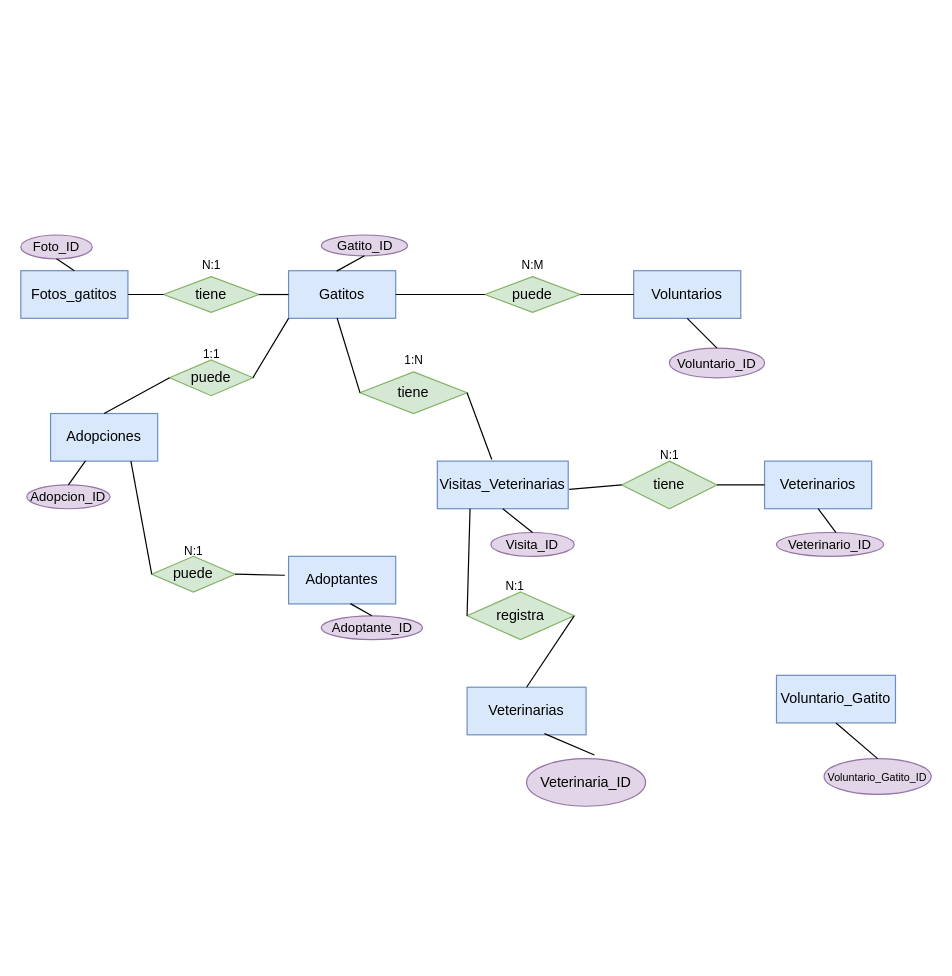
Earlier version of the draw.io diagram Modelo_concep.drawio (LorenaEsther/adopcion_gatitos). Source tidied: cells renumbered, new cells numbered last; positions are measured from the earlier drawing's top-left corner, leaving out a move shared by most shapes. Both pictures are drawn from the tidied source at 119%, with x=0, y=0 at pixel (20, 234).
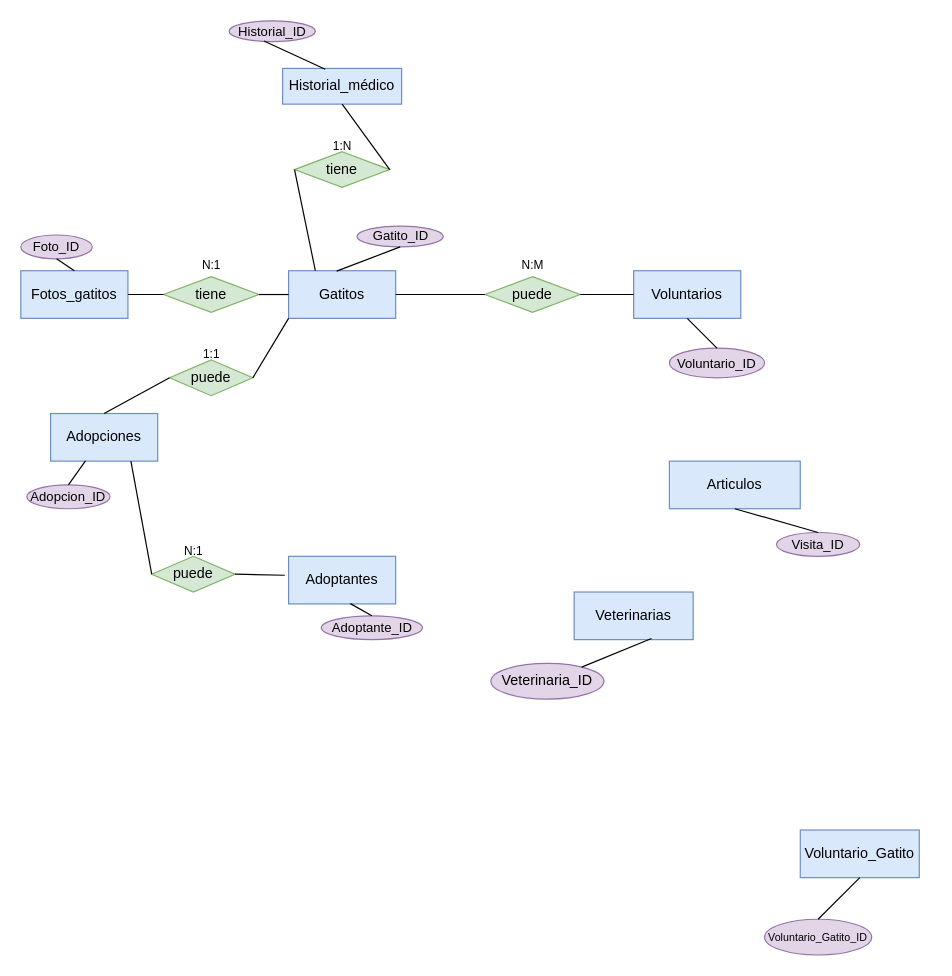
The same page after the edit.

The change refers to these unchanged cells:
```xml
<mxCell id="2" value="Gatitos" style="rounded=0;whiteSpace=wrap;html=1;fillColor=#dae8fc;strokeColor=#6c8ebf;" parent="1" vertex="1">
  <mxGeometry x="225" y="30" width="90" height="40" as="geometry" />
</mxCell>
```

What changed in the source:
```diff
@@
     <mxCell id="7" value="Voluntario_Gatito" style="rounded=0;whiteSpace=wrap;html=1;fillColor=#dae8fc;strokeColor=#6c8ebf;" parent="1" vertex="1">
-      <mxGeometry x="635" y="370" width="100" height="40" as="geometry" />
+      <mxGeometry x="655" y="500" width="100" height="40" as="geometry" />
     </mxCell>
-    <mxCell id="8" value="Veterinarios" style="rounded=0;whiteSpace=wrap;html=1;fillColor=#dae8fc;strokeColor=#6c8ebf;" parent="1" vertex="1">
-      <mxGeometry x="625" y="190" width="90" height="40" as="geometry" />
-    </mxCell>
-    <mxCell id="9" value="Visitas_Veterinarias" style="rounded=0;whiteSpace=wrap;html=1;fillColor=#dae8fc;strokeColor=#6c8ebf;" parent="1" vertex="1">
-      <mxGeometry x="350" y="190" width="110" height="40" as="geometry" />
+    <mxCell id="9" value="Articulos" style="rounded=0;whiteSpace=wrap;html=1;fillColor=#dae8fc;strokeColor=#6c8ebf;" parent="1" vertex="1">
+      <mxGeometry x="545" y="190" width="110" height="40" as="geometry" />
     </mxCell>
@@
     <mxCell id="15" value="&lt;font style=&quot;font-size: 11px;&quot;&gt;Gatito_ID&lt;/font&gt;" style="ellipse;whiteSpace=wrap;html=1;align=center;fillColor=#e1d5e7;strokeColor=#9673a6;" parent="1" vertex="1">
-      <mxGeometry x="252.5" width="72.5" height="17.5" as="geometry" />
+      <mxGeometry x="282.5" y="-7.5" width="72.5" height="17.5" as="geometry" />
     </mxCell>
@@
     <mxCell id="19" value="&lt;font style=&quot;font-size: 9px;&quot;&gt;Voluntario_Gatito_ID&lt;/font&gt;" style="ellipse;whiteSpace=wrap;html=1;align=center;fillColor=#e1d5e7;strokeColor=#9673a6;" parent="1" vertex="1">
-      <mxGeometry x="675" y="440" width="90" height="30" as="geometry" />
+      <mxGeometry x="625" y="575" width="90" height="30" as="geometry" />
     </mxCell>
@@
-    <mxCell id="28" value="tiene" style="shape=rhombus;perimeter=rhombusPerimeter;whiteSpace=wrap;html=1;align=center;fillColor=#d5e8d4;strokeColor=#82b366;" parent="1" vertex="1">
-      <mxGeometry x="285" y="115" width="90" height="35" as="geometry" />
-    </mxCell>
-    <mxCell id="29" style="endArrow=none;html=1;rounded=0;exitX=0.453;exitY=0.994;exitDx=0;exitDy=0;exitPerimeter=0;entryX=0;entryY=0.5;entryDx=0;entryDy=0;" parent="1" edge="1" source="2" target="28">
-      <mxGeometry relative="1" as="geometry" />
-    </mxCell>
-    <mxCell id="30" style="endArrow=none;html=1;rounded=0;exitX=1;exitY=0.5;exitDx=0;exitDy=0;entryX=0.416;entryY=-0.033;entryDx=0;entryDy=0;entryPerimeter=0;" parent="1" edge="1" source="28" target="9">
-      <mxGeometry relative="1" as="geometry" />
-    </mxCell>
-    <mxCell id="31" value="&lt;font style=&quot;font-size: 10px;&quot;&gt;1:N&lt;/font&gt;" style="text;html=1;align=center;verticalAlign=middle;strokeColor=none;fillColor=none;" parent="1" vertex="1">
-      <mxGeometry x="310" y="90" width="40" height="30" as="geometry" />
-    </mxCell>
-    <mxCell id="32" value="tiene" style="shape=rhombus;perimeter=rhombusPerimeter;whiteSpace=wrap;html=1;align=center;fillColor=#d5e8d4;strokeColor=#82b366;" parent="1" vertex="1">
-      <mxGeometry x="505" y="190" width="80" height="40" as="geometry" />
-    </mxCell>
-    <mxCell id="33" style="endArrow=none;html=1;rounded=0;entryX=0;entryY=0.5;entryDx=0;entryDy=0;exitX=1;exitY=0.5;exitDx=0;exitDy=0;" parent="1" edge="1" source="32" target="8">
-      <mxGeometry relative="1" as="geometry" />
-    </mxCell>
-    <mxCell id="34" style="endArrow=none;html=1;rounded=0;exitX=1.007;exitY=0.592;exitDx=0;exitDy=0;entryX=0;entryY=0.5;entryDx=0;entryDy=0;exitPerimeter=0;" parent="1" edge="1" source="9" target="32">
-      <mxGeometry relative="1" as="geometry" />
-    </mxCell>
-    <mxCell id="35" value="&lt;font style=&quot;font-size: 10px;&quot;&gt;N:1&lt;/font&gt;" style="text;html=1;align=center;verticalAlign=middle;strokeColor=none;fillColor=none;" parent="1" vertex="1">
-      <mxGeometry x="525" y="170" width="40" height="30" as="geometry" />
-    </mxCell>
@@
-    <mxCell id="38" value="&lt;font style=&quot;font-size: 11px;&quot;&gt;Veterinario_ID&lt;/font&gt;" style="ellipse;whiteSpace=wrap;html=1;align=center;fillColor=#e1d5e7;strokeColor=#9673a6;" parent="1" vertex="1">
-      <mxGeometry x="635" y="250" width="90" height="20" as="geometry" />
-    </mxCell>
-    <mxCell id="39" style="endArrow=none;html=1;rounded=0;exitX=0.5;exitY=1;exitDx=0;exitDy=0;entryX=0.556;entryY=0;entryDx=0;entryDy=0;entryPerimeter=0;" parent="1" edge="1" source="8" target="38">
-      <mxGeometry relative="1" as="geometry" />
-    </mxCell>
@@
     <mxCell id="45" value="&lt;font style=&quot;font-size: 11px;&quot;&gt;Visita_ID&lt;/font&gt;" style="ellipse;whiteSpace=wrap;html=1;align=center;fillColor=#e1d5e7;strokeColor=#9673a6;" parent="1" vertex="1">
-      <mxGeometry x="395" y="250" width="70" height="20" as="geometry" />
+      <mxGeometry x="635" y="250" width="70" height="20" as="geometry" />
     </mxCell>
@@
     <mxCell id="50" value="Veterinarias" style="whiteSpace=wrap;html=1;align=center;fillColor=#dae8fc;strokeColor=#6c8ebf;" parent="1" vertex="1">
-      <mxGeometry x="375" y="380" width="100" height="40" as="geometry" />
+      <mxGeometry x="465" y="300" width="100" height="40" as="geometry" />
     </mxCell>
     <mxCell id="51" value="Veterinaria_ID" style="ellipse;whiteSpace=wrap;html=1;align=center;fillColor=#e1d5e7;strokeColor=#9673a6;" parent="1" vertex="1">
-      <mxGeometry x="425" y="440" width="100" height="40" as="geometry" />
+      <mxGeometry x="395" y="360" width="95" height="30" as="geometry" />
     </mxCell>
-    <mxCell id="52" style="endArrow=none;html=1;rounded=0;exitX=0.65;exitY=0.975;exitDx=0;exitDy=0;exitPerimeter=0;entryX=0.57;entryY=-0.075;entryDx=0;entryDy=0;entryPerimeter=0;" parent="1" edge="1" source="50" target="51">
+    <mxCell id="52" style="endArrow=none;html=1;rounded=0;exitX=0.65;exitY=0.975;exitDx=0;exitDy=0;exitPerimeter=0;" parent="1" edge="1" source="50" target="51">
       <mxGeometry relative="1" as="geometry" />
     </mxCell>
-    <mxCell id="53" value="registra" style="shape=rhombus;perimeter=rhombusPerimeter;whiteSpace=wrap;html=1;align=center;fillColor=#d5e8d4;strokeColor=#82b366;" parent="1" vertex="1">
-      <mxGeometry x="375" y="300" width="90" height="40" as="geometry" />
-    </mxCell>
-    <mxCell id="54" style="endArrow=none;html=1;rounded=0;exitX=0.5;exitY=0;exitDx=0;exitDy=0;entryX=1;entryY=0.5;entryDx=0;entryDy=0;" parent="1" edge="1" source="50" target="53">
-      <mxGeometry relative="1" as="geometry" />
-    </mxCell>
-    <mxCell id="55" style="endArrow=none;html=1;rounded=0;exitX=0;exitY=0.5;exitDx=0;exitDy=0;entryX=0.25;entryY=1;entryDx=0;entryDy=0;" parent="1" edge="1" source="53" target="9">
-      <mxGeometry relative="1" as="geometry" />
-    </mxCell>
-    <mxCell id="56" value="&lt;font style=&quot;font-size: 10px;&quot;&gt;N:1&lt;/font&gt;" style="text;html=1;align=center;verticalAlign=middle;strokeColor=none;fillColor=none;" parent="1" vertex="1">
-      <mxGeometry x="395" y="280" width="40" height="30" as="geometry" />
-    </mxCell>
+    <mxCell id="57" value="Historial_médico" style="whiteSpace=wrap;html=1;align=center;fillColor=#dae8fc;strokeColor=#6c8ebf;" parent="1" vertex="1">
+      <mxGeometry x="220" y="-140" width="100" height="30" as="geometry" />
+    </mxCell>
+    <mxCell id="58" value="&lt;font style=&quot;font-size: 11px;&quot;&gt;Historial_ID&lt;/font&gt;" style="ellipse;whiteSpace=wrap;html=1;align=center;fillColor=#e1d5e7;strokeColor=#9673a6;" parent="1" vertex="1">
+      <mxGeometry x="175" y="-180" width="72.5" height="17.5" as="geometry" />
+    </mxCell>
+    <mxCell id="59" value="tiene" style="shape=rhombus;perimeter=rhombusPerimeter;whiteSpace=wrap;html=1;align=center;fillColor=#d5e8d4;strokeColor=#82b366;" parent="1" vertex="1">
+      <mxGeometry x="230" y="-70" width="80" height="30" as="geometry" />
+    </mxCell>
+    <mxCell id="60" style="endArrow=none;html=1;rounded=0;exitX=0.25;exitY=0;exitDx=0;exitDy=0;entryX=0;entryY=0.5;entryDx=0;entryDy=0;" parent="1" edge="1" source="2" target="59">
+      <mxGeometry relative="1" as="geometry" />
+    </mxCell>
+    <mxCell id="61" style="endArrow=none;html=1;rounded=0;exitX=1;exitY=0.5;exitDx=0;exitDy=0;entryX=0.5;entryY=1;entryDx=0;entryDy=0;" parent="1" edge="1" source="59" target="57">
+      <mxGeometry relative="1" as="geometry" />
+    </mxCell>
+    <mxCell id="31" value="&lt;font style=&quot;font-size: 10px;&quot;&gt;1:N&lt;/font&gt;" style="text;html=1;align=center;verticalAlign=middle;strokeColor=none;fillColor=none;" parent="1" vertex="1">
+      <mxGeometry x="250" y="-90" width="40" height="30" as="geometry" />
+    </mxCell>
+    <mxCell id="62" style="endArrow=none;html=1;rounded=0;exitX=0.358;exitY=0.021;exitDx=0;exitDy=0;entryX=0.404;entryY=0.971;entryDx=0;entryDy=0;entryPerimeter=0;exitPerimeter=0;" parent="1" edge="1" source="57" target="58">
+      <mxGeometry relative="1" as="geometry" />
+    </mxCell>
```
